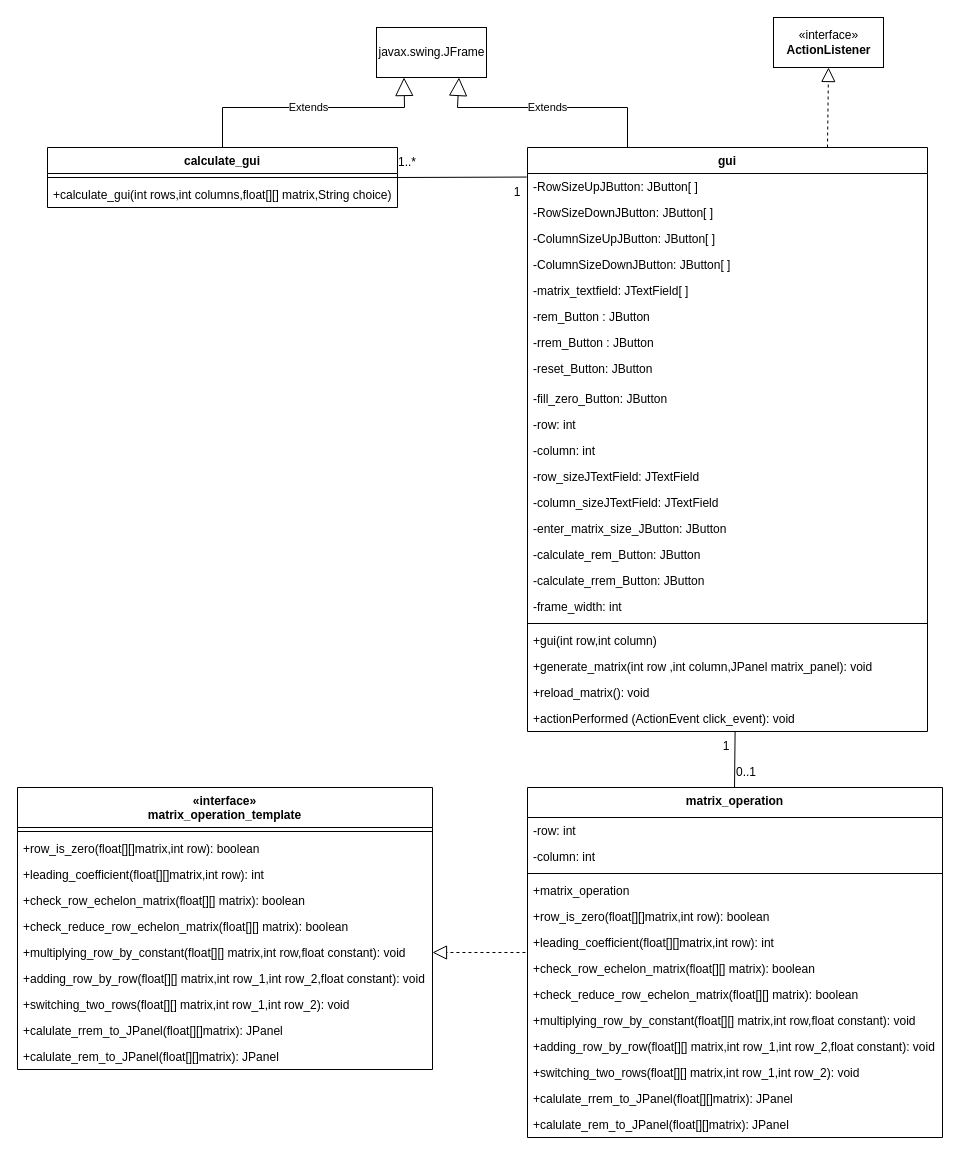
Before: final/diagram/matrix_class_diagram.drawio in lsealedl/Row_Echelon_Matrix, a draw.io diagram. Source tidied: cells renumbered, new cells numbered last; positions are measured from the earlier drawing's top-left corner, leaving out a move shared by most shapes. Both pictures are drawn from the tidied source at 100%, with x=0, y=0 at pixel (17, 17).
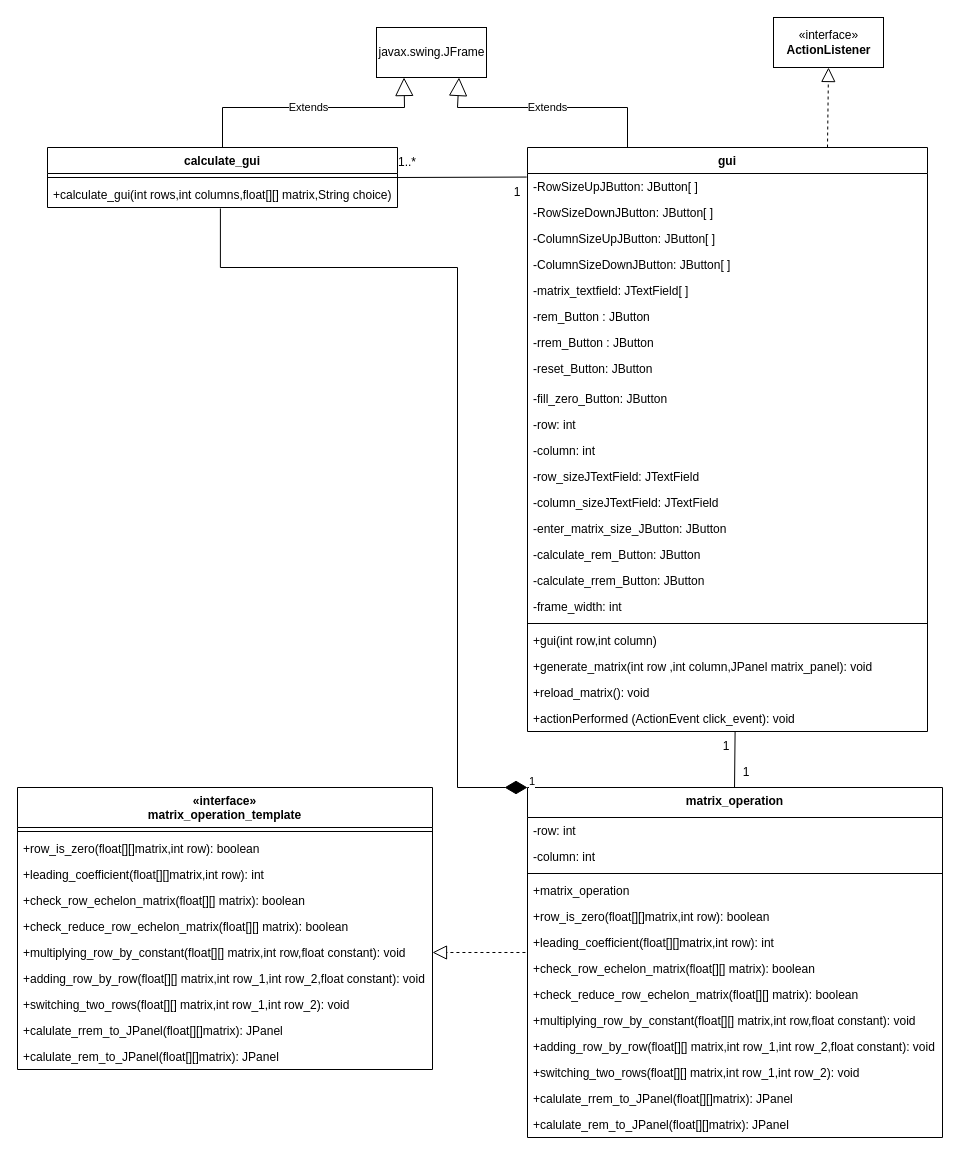
The same page after the edit.

Commit message (it also covers changes not shown here):
แก้ class diagram

Unchanged cells that the change refers to:
```xml
<mxCell id="34" value="+calculate_gui(int rows,int columns,float[][] matrix,String choice)" style="text;strokeColor=none;fillColor=none;align=left;verticalAlign=top;spacingLeft=4;spacingRight=4;overflow=hidden;points=[[0,0.5],[1,0.5]];portConstraint=eastwest;" parent="32" vertex="1">
  <mxGeometry y="34" width="350" height="26" as="geometry" />
</mxCell>
<mxCell id="48" value="matrix_operation" style="swimlane;fontStyle=1;align=center;verticalAlign=top;horizontal=1;startSize=30;" parent="1" vertex="1">
  <mxGeometry x="510" y="770" width="415" height="350" as="geometry" />
</mxCell>
```

Change to the diagram source:
```diff
@@
-    <mxCell id="28" value="0..1" style="text;html=1;strokeColor=none;fillColor=none;align=center;verticalAlign=middle;whiteSpace=wrap;rounded=0;" parent="1" vertex="1">
+    <mxCell id="28" value="1" style="text;html=1;strokeColor=none;fillColor=none;align=center;verticalAlign=middle;whiteSpace=wrap;rounded=0;" parent="1" vertex="1">
       <mxGeometry x="719" y="740" width="20" height="30" as="geometry" />
     </mxCell>
@@
+    <mxCell id="65" value="1" style="endArrow=none;html=1;startArrow=diamondThin;startFill=1;edgeStyle=orthogonalEdgeStyle;align=left;verticalAlign=bottom;rounded=0;endFill=0;exitX=0;exitY=0;exitDx=0;exitDy=0;entryX=0.494;entryY=1.038;entryDx=0;entryDy=0;entryPerimeter=0;targetPerimeterSpacing=0;endSize=6;startSize=20;" parent="1" edge="1" source="48" target="34">
+      <mxGeometry x="-1" y="3" relative="1" as="geometry">
+        <Array as="points">
+          <mxPoint x="440" y="770" />
+          <mxPoint x="440" y="250" />
+          <mxPoint x="203" y="250" />
+        </Array>
+      </mxGeometry>
+    </mxCell>
```
